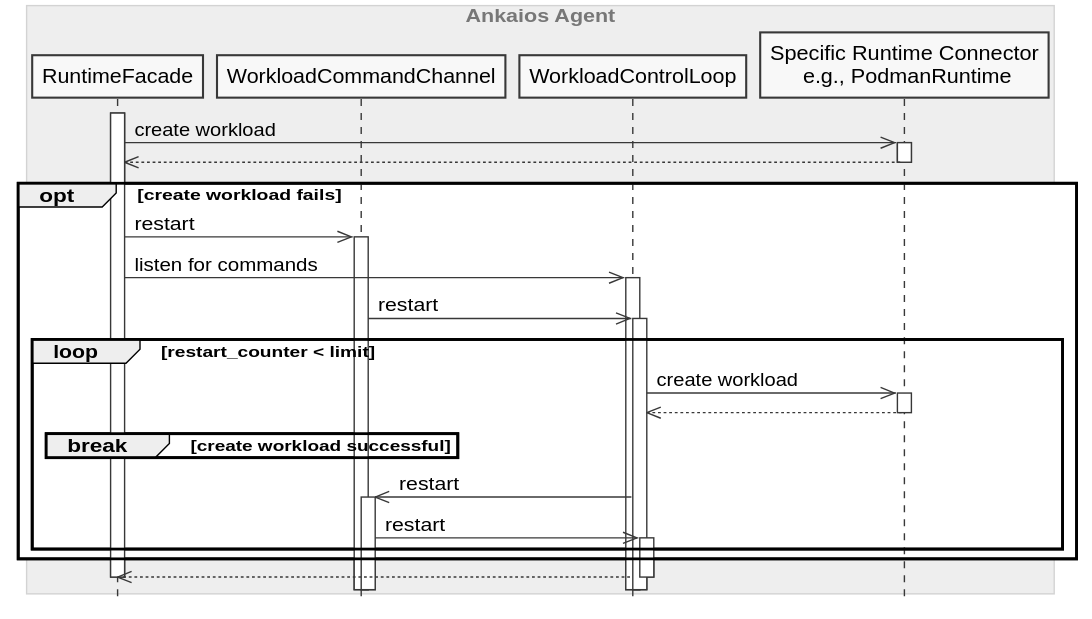
eclipse-ankaios/ankaios keeps this PlantUML diagram as agent/doc/swdesign/plantuml/seq_restart_workload_on_create_failure.svg. Above is the earlier version. Source of this version:
```plantuml
@startuml seq_restart_workload_on_create_failure
skinparam monochrome true
skinparam guillemet true
skinparam style strictuml
hide empty members
hide empty methods

skinparam class {
    BorderColor<<logical entity>> grey
    FontColor<<logical entity>> grey
    StereotypeFontColor<<logical entity>> grey
}

skinparam sequenceBox {
    BorderColor #LightGrey
    BackgroundColor #EEEEEE
    FontColor #777777
}

skinparam BoxPadding 10

skinparam note {
    BackgroundColor #FFFFFF
}

skinparam nodesep 30
skinparam ranksep 30

box "Ankaios Agent"
    participant "RuntimeFacade" as runtime_facade
    participant "WorkloadCommandChannel" as workload_command
    participant "WorkloadControlLoop" as workload_control_loop

    participant "Specific Runtime Connector\n e.g., PodmanRuntime" as runtime
end box

activate runtime_facade
runtime_facade ->> runtime ++: create workload
runtime -->> runtime_facade--
opt create workload fails
    runtime_facade ->> workload_command ++: restart
    runtime_facade ->> workload_control_loop ++: listen for commands
    workload_command ->> workload_control_loop ++: restart
    loop restart_counter < limit
        workload_control_loop ->> runtime ++: create workload
        runtime -->> workload_control_loop--
        break create workload successful
        end
        workload_control_loop ->> workload_command ++: restart
        workload_command ->> workload_control_loop ++: restart
    end
end
workload_control_loop -->> runtime_facade--
deactivate runtime_facade
@enduml
```
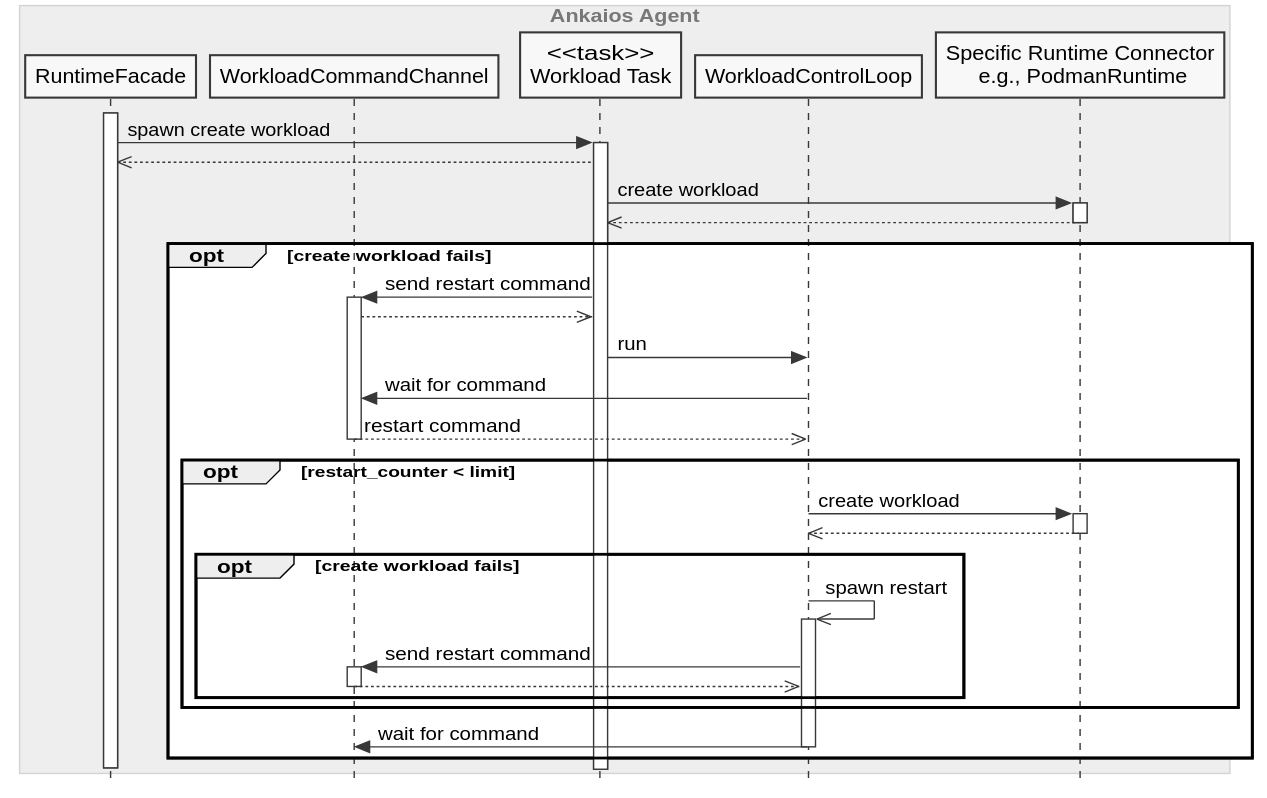
The same file after the commit.

Commit message:
Change restart_on_create_failure sequence diagram

What changed in the source:
```diff
@@ -29,27 +29,32 @@
 box "Ankaios Agent"
     participant "RuntimeFacade" as runtime_facade
     participant "WorkloadCommandChannel" as workload_command
+    participant "<<task>>\nWorkload Task" as create_workload_task
     participant "WorkloadControlLoop" as workload_control_loop
-
     participant "Specific Runtime Connector\n e.g., PodmanRuntime" as runtime
 end box
 
 activate runtime_facade
-runtime_facade ->> runtime ++: create workload
-runtime -->> runtime_facade--
+runtime_facade -> create_workload_task ++: spawn create workload
+create_workload_task -->> runtime_facade
+create_workload_task -> runtime ++: create workload
+runtime -->> create_workload_task--
 opt create workload fails
-    runtime_facade ->> workload_command ++: restart
-    runtime_facade ->> workload_control_loop ++: listen for commands
-    workload_command ->> workload_control_loop ++: restart
-    loop restart_counter < limit
-        workload_control_loop ->> runtime ++: create workload
+    create_workload_task -> workload_command ++: send restart command
+    workload_command -->> create_workload_task
+    create_workload_task -> workload_control_loop : run
+    workload_control_loop -> workload_command: wait for command
+    workload_command -->> workload_control_loop --++: restart command
+    opt restart_counter < limit
+        workload_control_loop -> runtime ++: create workload
         runtime -->> workload_control_loop--
-        break create workload successful
+        opt create workload fails
+            workload_control_loop ->> workload_control_loop ++: spawn restart
+            workload_control_loop -> workload_command ++: send restart command
+            workload_command -->> workload_control_loop--
         end
-        workload_control_loop ->> workload_command ++: restart
-        workload_command ->> workload_control_loop ++: restart
     end
+    workload_control_loop -> workload_command --: wait for command
 end
-workload_control_loop -->> runtime_facade--
 deactivate runtime_facade
 @enduml
```
